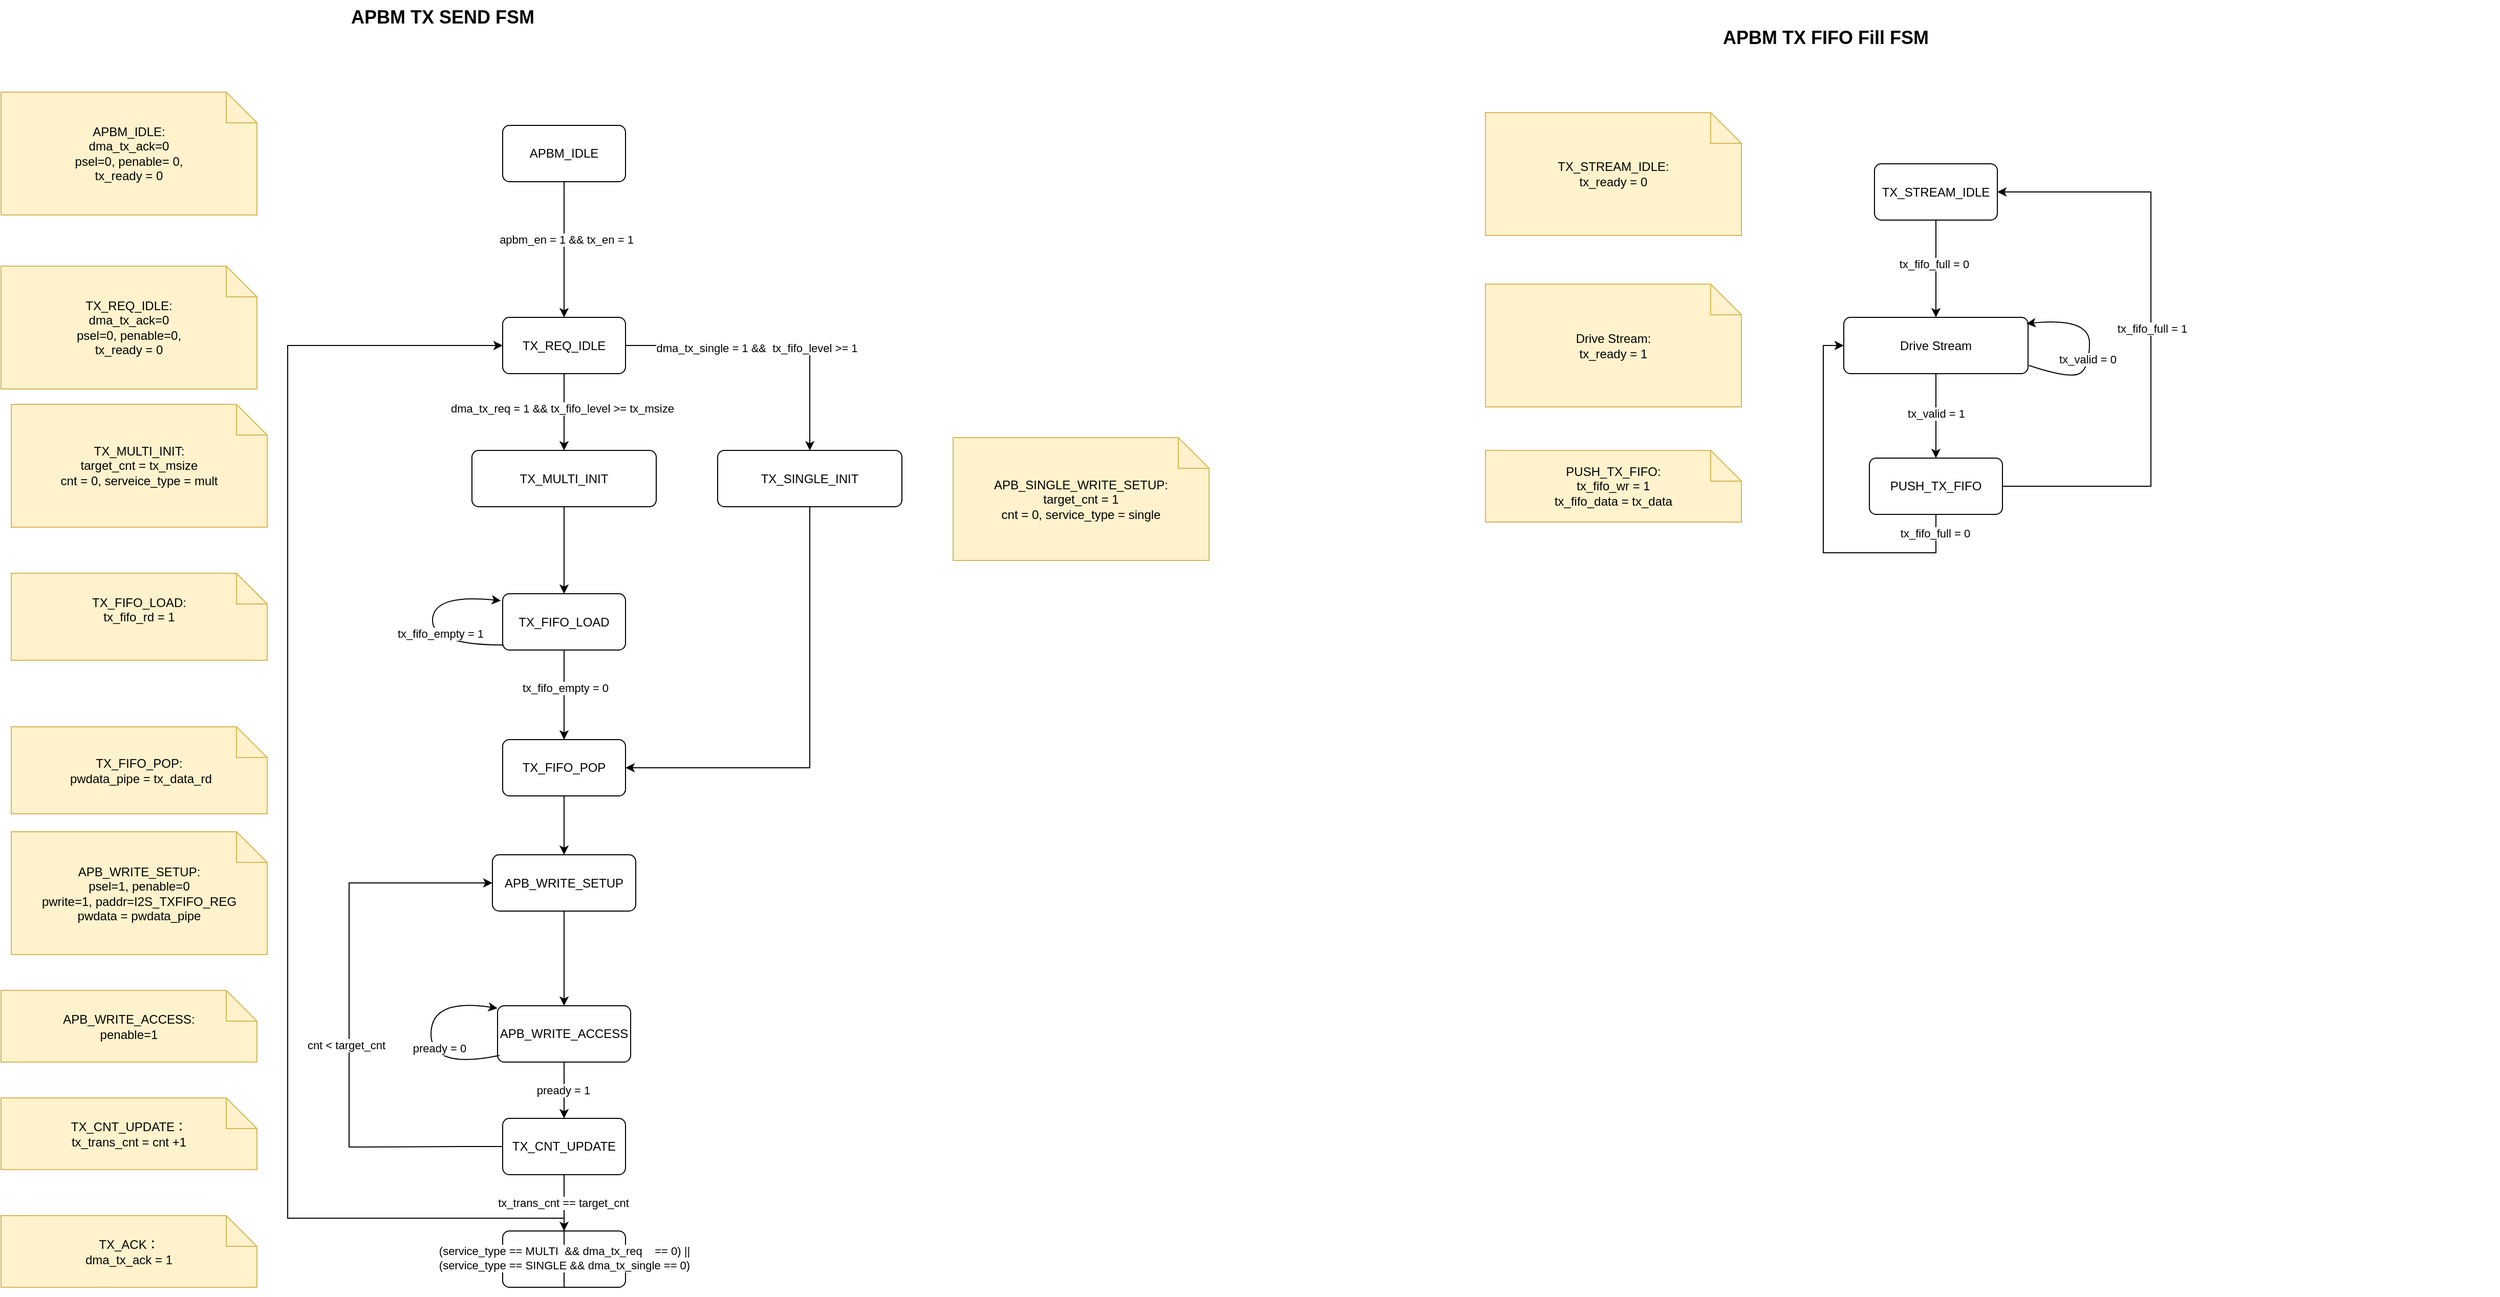
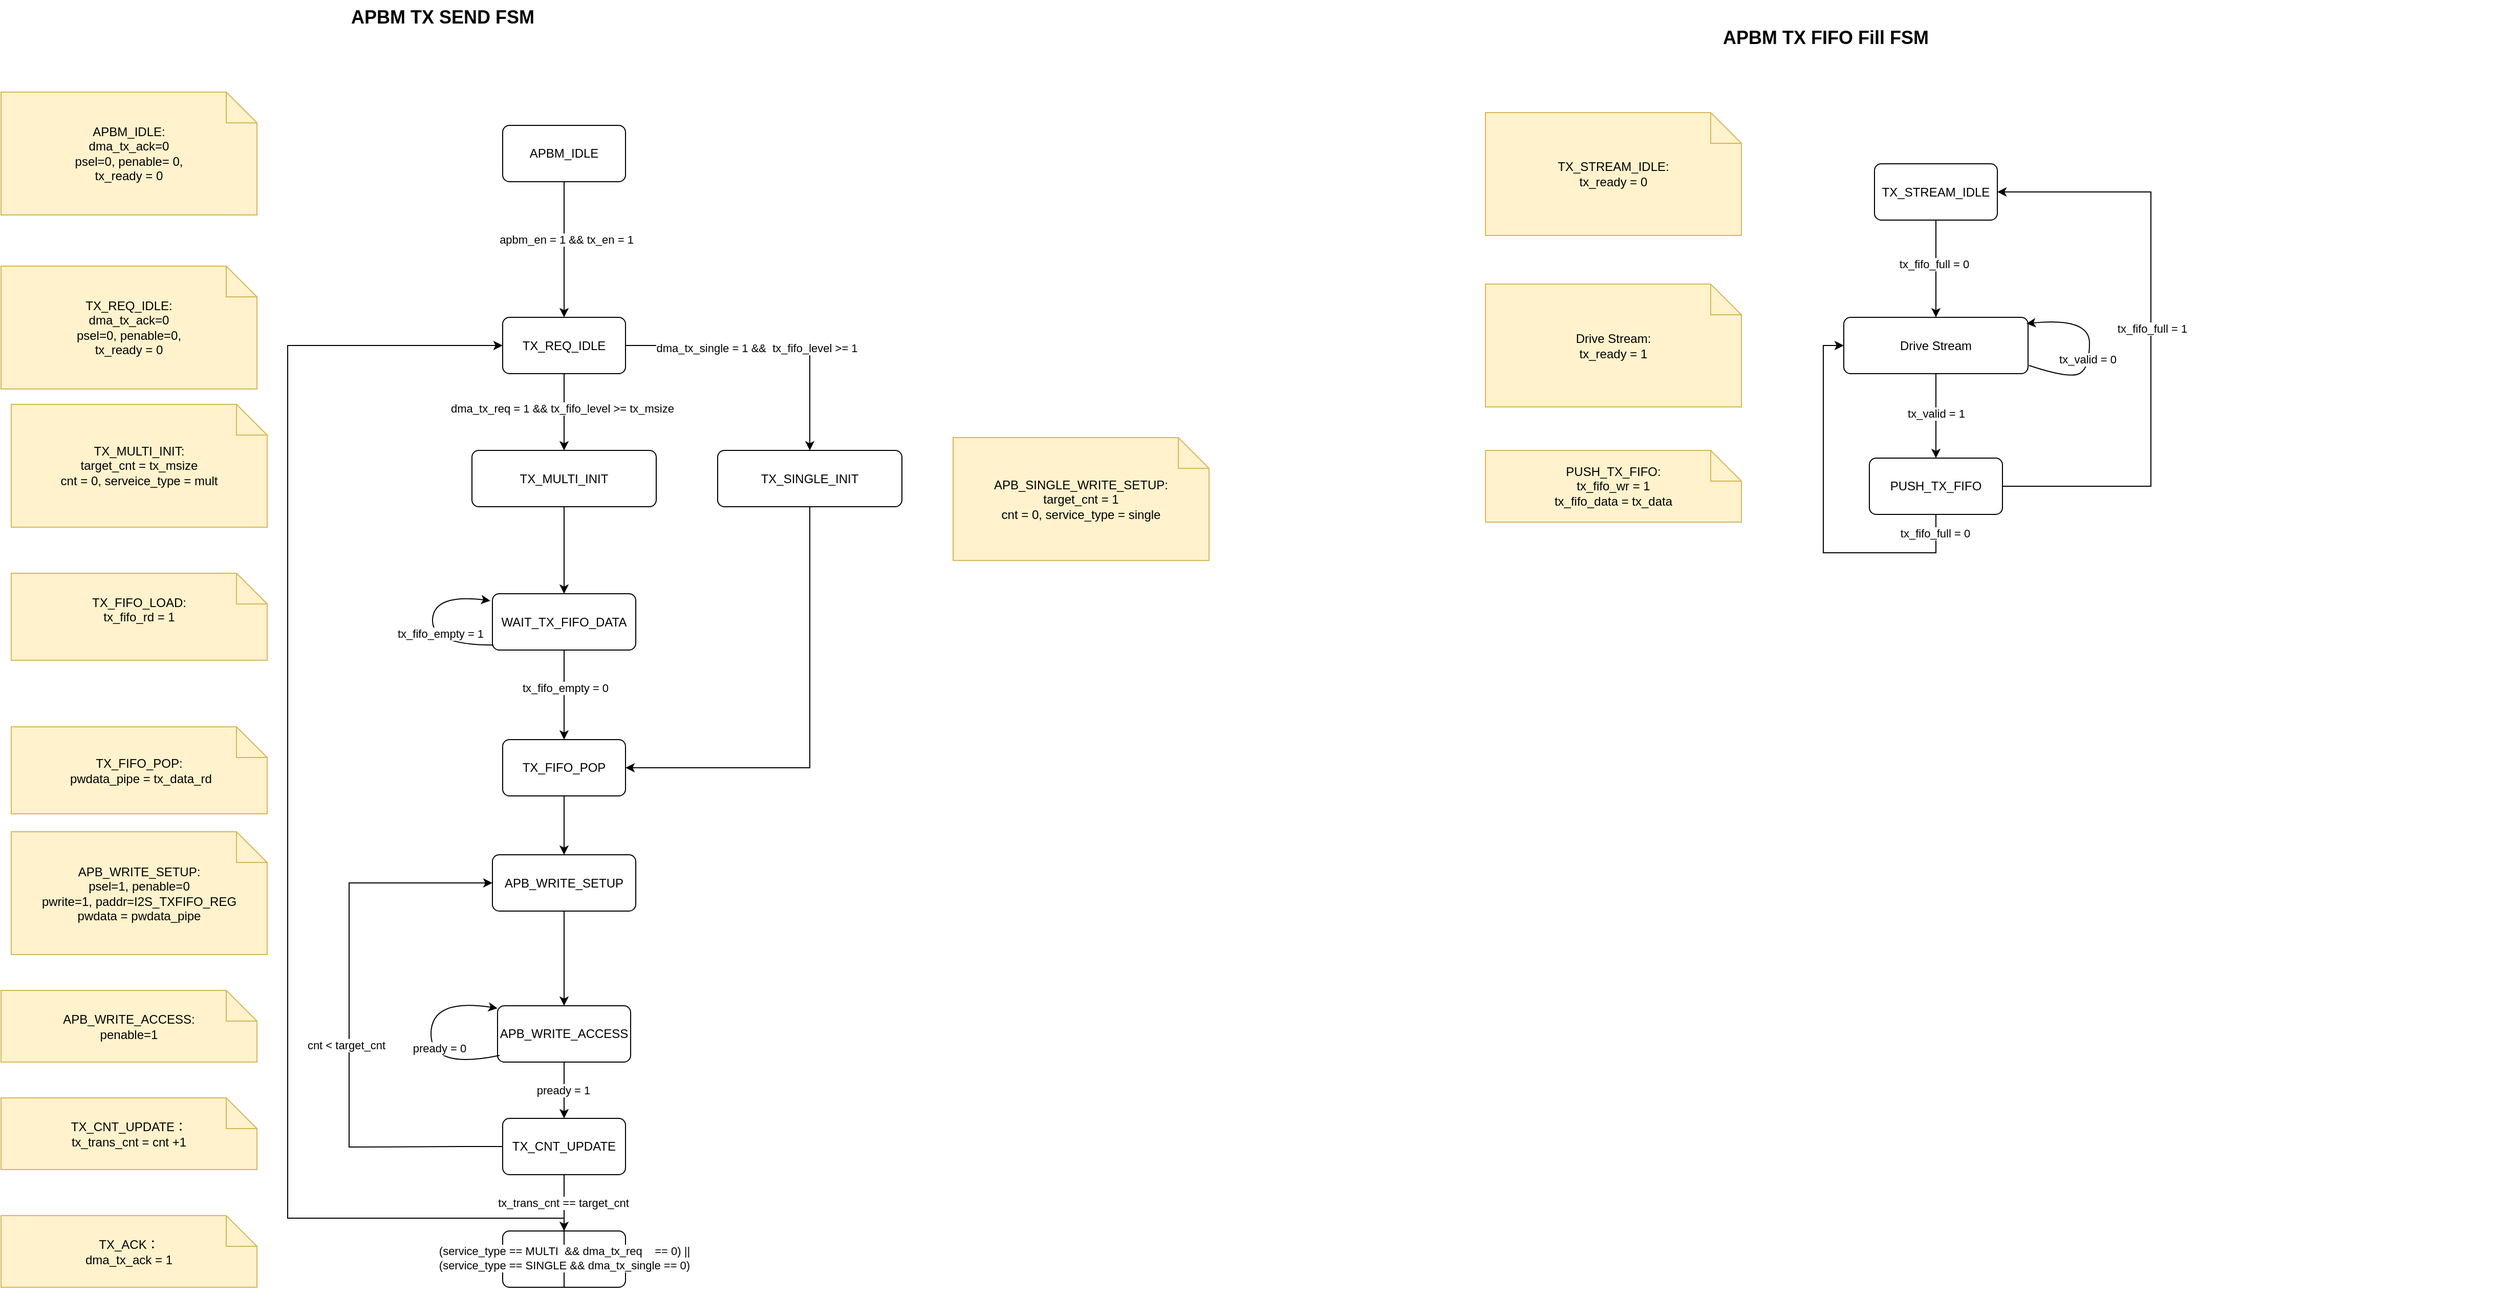
<mxfile host="app.diagrams.net">
  <diagram name="第 1 页" id="fH5n9Me7nUtPE_JYtTzi">
-     <mxGraphModel dx="645" dy="364" grid="1" gridSize="10" guides="1" tooltips="1" connect="1" arrows="1" fold="1" page="1" pageScale="1" pageWidth="827" pageHeight="1169" math="0" shadow="0">
+     <mxGraphModel dx="774" dy="437" grid="1" gridSize="10" guides="1" tooltips="1" connect="1" arrows="1" fold="1" page="1" pageScale="1" pageWidth="827" pageHeight="1169" math="0" shadow="0">
      <root>
        <mxCell id="0" />
        <mxCell id="1" parent="0" />
        <mxCell id="Ly1VW1kiYANL2SHkxWqd-1" parent="1" style="text;html=1;strokeColor=none;fillColor=none;fontSize=18;fontStyle=1;" value="APBM TX SEND FSM&amp;nbsp;&amp;nbsp;" vertex="1">
          <mxGeometry height="40" width="760" x="810" y="130" as="geometry" />
        </mxCell>
        <mxCell id="Ly1VW1kiYANL2SHkxWqd-2" parent="1" style="rounded=1;whiteSpace=wrap;html=1;arcSize=12;fillColor=#ffffff;strokeColor=#000000;" value="TX_REQ_IDLE" vertex="1">
          <mxGeometry height="55" width="120" x="960" y="440" as="geometry" />
        </mxCell>
        <mxCell id="Ly1VW1kiYANL2SHkxWqd-3" parent="1" style="rounded=1;whiteSpace=wrap;html=1;arcSize=12;fillColor=#ffffff;strokeColor=#000000;" value="APB_WRITE_SETUP" vertex="1">
          <mxGeometry height="55" width="140" x="950" y="965" as="geometry" />
        </mxCell>
        <mxCell id="Ly1VW1kiYANL2SHkxWqd-4" edge="1" parent="1" source="Ly1VW1kiYANL2SHkxWqd-2" style="endArrow=classic;html=1;rounded=0;exitX=0.5;exitY=1;exitDx=0;exitDy=0;entryX=0.5;entryY=0;entryDx=0;entryDy=0;" target="Ly1VW1kiYANL2SHkxWqd-40" value="">
          <mxGeometry height="50" relative="1" width="50" as="geometry">
            <mxPoint x="1040" y="560" as="sourcePoint" />
            <mxPoint x="1020" y="570" as="targetPoint" />
          </mxGeometry>
        </mxCell>
        <mxCell id="Ly1VW1kiYANL2SHkxWqd-5" connectable="0" parent="Ly1VW1kiYANL2SHkxWqd-4" style="edgeLabel;html=1;align=center;verticalAlign=middle;resizable=0;points=[];" value="dma_tx_req = 1 &amp;amp;&amp;amp; tx_fifo_level &amp;gt;= tx_msize" vertex="1">
          <mxGeometry relative="1" x="-0.0927" y="-2" as="geometry">
            <mxPoint as="offset" />
          </mxGeometry>
        </mxCell>
        <mxCell id="Ly1VW1kiYANL2SHkxWqd-6" parent="1" style="shape=note;whiteSpace=wrap;html=1;fillColor=#fff2cc;strokeColor=#d6b656;" value="APB_WRITE_SETUP:&lt;div&gt;psel=1, penable=0&lt;br&gt;pwrite=1, paddr=I2S_TXFIFO_REG&lt;/div&gt;&lt;div&gt;pwdata = pwdata_pipe&lt;/div&gt;" vertex="1">
          <mxGeometry height="120" width="250" x="480" y="942.5" as="geometry" />
        </mxCell>
        <mxCell id="Ly1VW1kiYANL2SHkxWqd-7" parent="1" style="rounded=1;whiteSpace=wrap;html=1;arcSize=12;fillColor=#ffffff;strokeColor=#000000;" value="APB_WRITE_ACCESS" vertex="1">
          <mxGeometry height="55" width="130" x="955" y="1112.5" as="geometry" />
        </mxCell>
        <mxCell id="Ly1VW1kiYANL2SHkxWqd-8" edge="1" parent="1" source="Ly1VW1kiYANL2SHkxWqd-3" style="endArrow=classic;html=1;rounded=0;exitX=0.5;exitY=1;exitDx=0;exitDy=0;entryX=0.5;entryY=0;entryDx=0;entryDy=0;" target="Ly1VW1kiYANL2SHkxWqd-7" value="">
          <mxGeometry height="50" relative="1" width="50" as="geometry">
            <mxPoint x="1030" y="1095" as="sourcePoint" />
            <mxPoint x="1080" y="1045" as="targetPoint" />
          </mxGeometry>
        </mxCell>
        <mxCell id="Ly1VW1kiYANL2SHkxWqd-9" parent="1" style="shape=note;whiteSpace=wrap;html=1;fillColor=#fff2cc;strokeColor=#d6b656;" value="APB_WRITE_ACCESS:&lt;br&gt;penable=1" vertex="1">
          <mxGeometry height="70" width="250" x="470" y="1097.5" as="geometry" />
        </mxCell>
        <mxCell id="Ly1VW1kiYANL2SHkxWqd-10" edge="1" parent="1" source="Ly1VW1kiYANL2SHkxWqd-7" style="curved=1;endArrow=classic;html=1;rounded=0;exitX=0.015;exitY=0.881;exitDx=0;exitDy=0;entryX=0;entryY=0;entryDx=0;entryDy=0;exitPerimeter=0;" value="">
          <mxGeometry height="50" relative="1" width="50" as="geometry">
            <Array as="points">
              <mxPoint x="890" y="1175" />
              <mxPoint x="890" y="1105" />
            </Array>
            <mxPoint x="955" y="1170" as="sourcePoint" />
            <mxPoint x="955" y="1115" as="targetPoint" />
          </mxGeometry>
        </mxCell>
        <mxCell id="Ly1VW1kiYANL2SHkxWqd-11" connectable="0" parent="Ly1VW1kiYANL2SHkxWqd-10" style="edgeLabel;html=1;align=center;verticalAlign=middle;resizable=0;points=[];" value="pready = 0" vertex="1">
          <mxGeometry relative="1" x="-0.1215" y="-8" as="geometry">
            <mxPoint as="offset" />
          </mxGeometry>
        </mxCell>
        <mxCell id="Ly1VW1kiYANL2SHkxWqd-13" edge="1" parent="1" source="Ly1VW1kiYANL2SHkxWqd-7" style="endArrow=classic;html=1;rounded=0;exitX=0.5;exitY=1;exitDx=0;exitDy=0;entryX=0.5;entryY=0;entryDx=0;entryDy=0;" target="Ly1VW1kiYANL2SHkxWqd-47" value="">
          <mxGeometry height="50" relative="1" width="50" as="geometry">
            <mxPoint x="1010" y="1245" as="sourcePoint" />
            <mxPoint x="1020" y="1212.5" as="targetPoint" />
          </mxGeometry>
        </mxCell>
        <mxCell id="Ly1VW1kiYANL2SHkxWqd-14" connectable="0" parent="Ly1VW1kiYANL2SHkxWqd-13" style="edgeLabel;html=1;align=center;verticalAlign=middle;resizable=0;points=[];" value="pready = 1" vertex="1">
          <mxGeometry relative="1" x="0.0089" y="-1" as="geometry">
            <mxPoint as="offset" />
          </mxGeometry>
        </mxCell>
        <mxCell id="Ly1VW1kiYANL2SHkxWqd-16" parent="1" style="rounded=1;whiteSpace=wrap;html=1;arcSize=12;fillColor=#ffffff;strokeColor=#000000;" value="TX_ACK" vertex="1">
          <mxGeometry height="55" width="120" x="960" y="1332.5" as="geometry" />
        </mxCell>
        <mxCell id="Ly1VW1kiYANL2SHkxWqd-17" edge="1" parent="1" source="Ly1VW1kiYANL2SHkxWqd-47" style="endArrow=classic;html=1;rounded=0;exitX=0.5;exitY=1;exitDx=0;exitDy=0;entryX=0.5;entryY=0;entryDx=0;entryDy=0;" target="Ly1VW1kiYANL2SHkxWqd-16" value="">
          <mxGeometry height="50" relative="1" width="50" as="geometry">
            <mxPoint x="1150.3600000000001" y="1167.5" as="sourcePoint" />
            <mxPoint x="1150" y="1202.5" as="targetPoint" />
          </mxGeometry>
        </mxCell>
        <mxCell id="Ly1VW1kiYANL2SHkxWqd-18" connectable="0" parent="Ly1VW1kiYANL2SHkxWqd-17" style="edgeLabel;html=1;align=center;verticalAlign=middle;resizable=0;points=[];" value="tx_trans_cnt == target_cnt" vertex="1">
          <mxGeometry relative="1" x="0.0089" y="-1" as="geometry">
            <mxPoint as="offset" />
          </mxGeometry>
        </mxCell>
        <mxCell id="Ly1VW1kiYANL2SHkxWqd-19" parent="1" style="shape=note;whiteSpace=wrap;html=1;fillColor=#fff2cc;strokeColor=#d6b656;" value="TX_ACK：&lt;div&gt;dma_tx_ack = 1&lt;/div&gt;" vertex="1">
          <mxGeometry height="70" width="250" x="470" y="1317.5" as="geometry" />
        </mxCell>
        <mxCell id="Ly1VW1kiYANL2SHkxWqd-20" parent="1" style="shape=note;whiteSpace=wrap;html=1;fillColor=#fff2cc;strokeColor=#d6b656;" value="TX_REQ_IDLE:&lt;div&gt;dma_tx_ack=0&lt;/div&gt;&lt;div&gt;psel=0, penable=0,&lt;br&gt;&lt;/div&gt;&lt;div&gt;tx_ready = 0&lt;br&gt;&lt;/div&gt;" vertex="1">
          <mxGeometry height="120" width="250" x="470" y="390" as="geometry" />
        </mxCell>
        <mxCell id="Ly1VW1kiYANL2SHkxWqd-21" edge="1" parent="1" source="Ly1VW1kiYANL2SHkxWqd-16" style="endArrow=classic;html=1;rounded=0;exitX=0.5;exitY=1;exitDx=0;exitDy=0;edgeStyle=orthogonalEdgeStyle;entryX=0;entryY=0.5;entryDx=0;entryDy=0;" target="Ly1VW1kiYANL2SHkxWqd-2" value="">
          <mxGeometry height="50" relative="1" width="50" as="geometry">
            <Array as="points">
              <mxPoint x="1020" y="1320" />
              <mxPoint x="750" y="1320" />
              <mxPoint x="750" y="468" />
            </Array>
            <mxPoint x="909.95" y="1052.5" as="sourcePoint" />
            <mxPoint x="850" y="465" as="targetPoint" />
          </mxGeometry>
        </mxCell>
        <mxCell id="Ly1VW1kiYANL2SHkxWqd-22" connectable="0" parent="Ly1VW1kiYANL2SHkxWqd-21" style="edgeLabel;html=1;align=center;verticalAlign=middle;resizable=0;points=[];" value="&lt;div&gt;(service_type == MULTI&amp;nbsp; &amp;amp;&amp;amp; dma_tx_req&amp;nbsp; &amp;nbsp; == 0) ||&lt;/div&gt;&lt;div&gt;(service_type == SINGLE &amp;amp;&amp;amp; dma_tx_single == 0)&lt;/div&gt;" vertex="1">
          <mxGeometry relative="1" x="-0.9589" as="geometry">
            <mxPoint as="offset" />
          </mxGeometry>
        </mxCell>
        <mxCell id="Ly1VW1kiYANL2SHkxWqd-23" edge="1" parent="1" source="Ly1VW1kiYANL2SHkxWqd-2" style="endArrow=classic;html=1;rounded=0;exitX=1;exitY=0.5;exitDx=0;exitDy=0;edgeStyle=orthogonalEdgeStyle;entryX=0.5;entryY=0;entryDx=0;entryDy=0;" target="Ly1VW1kiYANL2SHkxWqd-25" value="">
          <mxGeometry height="50" relative="1" width="50" as="geometry">
            <mxPoint x="1250" y="540" as="sourcePoint" />
            <mxPoint x="1260" y="560" as="targetPoint" />
          </mxGeometry>
        </mxCell>
        <mxCell id="Ly1VW1kiYANL2SHkxWqd-24" connectable="0" parent="Ly1VW1kiYANL2SHkxWqd-23" style="edgeLabel;html=1;align=center;verticalAlign=middle;resizable=0;points=[];" value="dma_tx_single = 1 &amp;amp;&amp;amp;&amp;nbsp; tx_fifo_level &amp;gt;= 1" vertex="1">
          <mxGeometry relative="1" x="-0.0927" y="-2" as="geometry">
            <mxPoint as="offset" />
          </mxGeometry>
        </mxCell>
        <mxCell id="Ly1VW1kiYANL2SHkxWqd-25" parent="1" style="rounded=1;whiteSpace=wrap;html=1;arcSize=12;fillColor=#ffffff;strokeColor=#000000;" value="TX_SINGLE_INIT" vertex="1">
          <mxGeometry height="55" width="180" x="1170" y="570" as="geometry" />
        </mxCell>
        <mxCell id="Ly1VW1kiYANL2SHkxWqd-26" parent="1" style="shape=note;whiteSpace=wrap;html=1;fillColor=#fff2cc;strokeColor=#d6b656;" value="APB_SINGLE_WRITE_SETUP:&lt;div&gt;target_cnt = 1&lt;br&gt;cnt = 0, service_type = single&lt;/div&gt;" vertex="1">
          <mxGeometry height="120" width="250" x="1400" y="557.5" as="geometry" />
        </mxCell>
        <mxCell id="Ly1VW1kiYANL2SHkxWqd-27" edge="1" parent="1" source="Ly1VW1kiYANL2SHkxWqd-25" style="endArrow=classic;html=1;rounded=0;exitX=0.5;exitY=1;exitDx=0;exitDy=0;edgeStyle=orthogonalEdgeStyle;entryX=1;entryY=0.5;entryDx=0;entryDy=0;" target="Ly1VW1kiYANL2SHkxWqd-28" value="">
          <mxGeometry height="50" relative="1" width="50" as="geometry">
            <mxPoint x="1230" y="950" as="sourcePoint" />
            <mxPoint x="1090" y="705" as="targetPoint" />
          </mxGeometry>
        </mxCell>
        <mxCell id="Ly1VW1kiYANL2SHkxWqd-28" parent="1" style="rounded=1;whiteSpace=wrap;html=1;arcSize=12;fillColor=#ffffff;strokeColor=#000000;" value="TX_FIFO_POP" vertex="1">
          <mxGeometry height="55" width="120" x="960" y="852.5" as="geometry" />
        </mxCell>
        <mxCell id="Ly1VW1kiYANL2SHkxWqd-29" edge="1" parent="1" source="Ly1VW1kiYANL2SHkxWqd-40" style="endArrow=classic;html=1;rounded=0;exitX=0.5;exitY=1;exitDx=0;exitDy=0;entryX=0.5;entryY=0;entryDx=0;entryDy=0;" target="Ly1VW1kiYANL2SHkxWqd-66" value="">
          <mxGeometry height="50" relative="1" width="50" as="geometry">
            <Array as="points">
              <mxPoint x="1020" y="650" />
            </Array>
            <mxPoint x="1010" y="630" as="sourcePoint" />
            <mxPoint x="1020" y="680" as="targetPoint" />
          </mxGeometry>
        </mxCell>
        <mxCell id="Ly1VW1kiYANL2SHkxWqd-33" parent="1" style="shape=note;whiteSpace=wrap;html=1;fillColor=#fff2cc;strokeColor=#d6b656;" value="TX_FIFO_POP:&lt;div&gt;&lt;div&gt;&amp;nbsp;pwdata_pipe = tx_data_rd&lt;/div&gt;&lt;/div&gt;" vertex="1">
          <mxGeometry height="85" width="250" x="480" y="840" as="geometry" />
        </mxCell>
        <mxCell id="Ly1VW1kiYANL2SHkxWqd-34" parent="1" style="rounded=1;whiteSpace=wrap;html=1;arcSize=12;fillColor=#ffffff;strokeColor=#000000;" value="APBM_IDLE" vertex="1">
          <mxGeometry height="55" width="120" x="960" y="252.5" as="geometry" />
        </mxCell>
        <mxCell id="Ly1VW1kiYANL2SHkxWqd-35" edge="1" parent="1" source="Ly1VW1kiYANL2SHkxWqd-34" style="endArrow=classic;html=1;rounded=0;exitX=0.5;exitY=1;exitDx=0;exitDy=0;" target="Ly1VW1kiYANL2SHkxWqd-2" value="">
          <mxGeometry height="50" relative="1" width="50" as="geometry">
            <mxPoint x="1060" y="360" as="sourcePoint" />
            <mxPoint x="1110" y="310" as="targetPoint" />
          </mxGeometry>
        </mxCell>
        <mxCell id="Ly1VW1kiYANL2SHkxWqd-36" connectable="0" parent="Ly1VW1kiYANL2SHkxWqd-35" style="edgeLabel;html=1;align=center;verticalAlign=middle;resizable=0;points=[];" value="apbm_en = 1 &amp;amp;&amp;amp; tx_en = 1" vertex="1">
          <mxGeometry relative="1" x="-0.1446" y="2" as="geometry">
            <mxPoint as="offset" />
          </mxGeometry>
        </mxCell>
        <mxCell id="Ly1VW1kiYANL2SHkxWqd-37" parent="1" style="shape=note;whiteSpace=wrap;html=1;fillColor=#fff2cc;strokeColor=#d6b656;" value="APBM_IDLE:&lt;div&gt;dma_tx_ack=0&lt;/div&gt;&lt;div&gt;psel=0, penable= 0,&lt;br&gt;&lt;/div&gt;&lt;div&gt;tx_ready = 0&lt;/div&gt;" vertex="1">
          <mxGeometry height="120" width="250" x="470" y="220" as="geometry" />
        </mxCell>
        <mxCell id="Ly1VW1kiYANL2SHkxWqd-38" edge="1" parent="1" source="Ly1VW1kiYANL2SHkxWqd-47" style="endArrow=classic;html=1;rounded=0;edgeStyle=orthogonalEdgeStyle;entryX=0;entryY=0.5;entryDx=0;entryDy=0;exitX=0;exitY=0.5;exitDx=0;exitDy=0;" target="Ly1VW1kiYANL2SHkxWqd-3" value="">
          <mxGeometry height="50" relative="1" width="50" as="geometry">
            <Array as="points">
              <mxPoint x="920" y="1249.5" />
              <mxPoint x="810" y="1250.5" />
              <mxPoint x="810" y="992.5" />
            </Array>
            <mxPoint x="920" y="1212.5" as="sourcePoint" />
            <mxPoint x="800" y="872.5" as="targetPoint" />
          </mxGeometry>
        </mxCell>
        <mxCell id="Ly1VW1kiYANL2SHkxWqd-39" connectable="0" parent="Ly1VW1kiYANL2SHkxWqd-38" style="edgeLabel;html=1;align=center;verticalAlign=middle;resizable=0;points=[];" value="cnt &amp;lt; target_cnt" vertex="1">
          <mxGeometry relative="1" x="-0.0902" y="3" as="geometry">
            <mxPoint as="offset" />
          </mxGeometry>
        </mxCell>
        <mxCell id="Ly1VW1kiYANL2SHkxWqd-40" parent="1" style="rounded=1;whiteSpace=wrap;html=1;arcSize=12;fillColor=#ffffff;strokeColor=#000000;" value="TX_MULTI_INIT" vertex="1">
          <mxGeometry height="55" width="180" x="930" y="570" as="geometry" />
        </mxCell>
        <mxCell id="Ly1VW1kiYANL2SHkxWqd-42" parent="1" style="shape=note;whiteSpace=wrap;html=1;fillColor=#fff2cc;strokeColor=#d6b656;" value="TX_MULTI_INIT:&lt;div&gt;target_cnt = tx_msize&lt;br&gt;cnt = 0, serveice_type = mult&lt;/div&gt;" vertex="1">
          <mxGeometry height="120" width="250" x="480" y="525" as="geometry" />
        </mxCell>
        <mxCell id="Ly1VW1kiYANL2SHkxWqd-45" edge="1" parent="1" source="Ly1VW1kiYANL2SHkxWqd-28" style="endArrow=classic;html=1;rounded=0;exitX=0.5;exitY=1;exitDx=0;exitDy=0;" target="Ly1VW1kiYANL2SHkxWqd-3" value="">
          <mxGeometry height="50" relative="1" width="50" as="geometry">
            <mxPoint x="1019.5699999999999" y="907.5" as="sourcePoint" />
            <mxPoint x="1019.5699999999999" y="964.5" as="targetPoint" />
          </mxGeometry>
        </mxCell>
        <mxCell id="Ly1VW1kiYANL2SHkxWqd-47" parent="1" style="rounded=1;whiteSpace=wrap;html=1;arcSize=12;fillColor=#ffffff;strokeColor=#000000;" value="TX_CNT_UPDATE" vertex="1">
          <mxGeometry height="55" width="120" x="960" y="1222.5" as="geometry" />
        </mxCell>
        <mxCell id="Ly1VW1kiYANL2SHkxWqd-48" parent="1" style="shape=note;whiteSpace=wrap;html=1;fillColor=#fff2cc;strokeColor=#d6b656;" value="TX_CNT_UPDATE：&lt;div&gt;tx_trans_cnt = cnt +1&lt;/div&gt;" vertex="1">
          <mxGeometry height="70" width="250" x="470" y="1202.5" as="geometry" />
        </mxCell>
        <mxCell id="Ly1VW1kiYANL2SHkxWqd-49" parent="1" style="text;html=1;strokeColor=none;fillColor=none;fontSize=18;fontStyle=1;" value="APBM TX FIFO Fill FSM&amp;nbsp;&amp;nbsp;" vertex="1">
          <mxGeometry height="40" width="760" x="2150" y="150" as="geometry" />
        </mxCell>
        <mxCell id="Ly1VW1kiYANL2SHkxWqd-50" parent="1" style="rounded=1;whiteSpace=wrap;html=1;arcSize=12;fillColor=#ffffff;strokeColor=#000000;" value="TX_STREAM_IDLE" vertex="1">
          <mxGeometry height="55" width="120" x="2300" y="290" as="geometry" />
        </mxCell>
        <mxCell id="Ly1VW1kiYANL2SHkxWqd-51" parent="1" style="rounded=1;whiteSpace=wrap;html=1;arcSize=12;fillColor=#ffffff;strokeColor=#000000;" value="Drive Stream" vertex="1">
          <mxGeometry height="55" width="180" x="2270" y="440" as="geometry" />
        </mxCell>
        <mxCell id="Ly1VW1kiYANL2SHkxWqd-52" edge="1" parent="1" source="Ly1VW1kiYANL2SHkxWqd-50" style="endArrow=classic;html=1;rounded=0;exitX=0.5;exitY=1;exitDx=0;exitDy=0;entryX=0.5;entryY=0;entryDx=0;entryDy=0;" target="Ly1VW1kiYANL2SHkxWqd-51" value="">
          <mxGeometry height="50" relative="1" width="50" as="geometry">
            <mxPoint x="2380" y="410" as="sourcePoint" />
            <mxPoint x="2430" y="360" as="targetPoint" />
          </mxGeometry>
        </mxCell>
        <mxCell id="Ly1VW1kiYANL2SHkxWqd-53" connectable="0" parent="Ly1VW1kiYANL2SHkxWqd-52" style="edgeLabel;html=1;align=center;verticalAlign=middle;resizable=0;points=[];" value="tx_fifo_full = 0" vertex="1">
          <mxGeometry relative="1" x="-0.0927" y="-2" as="geometry">
            <mxPoint as="offset" />
          </mxGeometry>
        </mxCell>
        <mxCell id="Ly1VW1kiYANL2SHkxWqd-54" parent="1" style="shape=note;whiteSpace=wrap;html=1;fillColor=#fff2cc;strokeColor=#d6b656;" value="Drive Stream:&lt;div&gt;tx_ready = 1&lt;/div&gt;" vertex="1">
          <mxGeometry height="120" width="250" x="1920" y="407.5" as="geometry" />
        </mxCell>
        <mxCell id="Ly1VW1kiYANL2SHkxWqd-55" parent="1" style="rounded=1;whiteSpace=wrap;html=1;arcSize=12;fillColor=#ffffff;strokeColor=#000000;" value="PUSH_TX_FIFO" vertex="1">
          <mxGeometry height="55" width="130" x="2295" y="577.5" as="geometry" />
        </mxCell>
        <mxCell id="Ly1VW1kiYANL2SHkxWqd-56" edge="1" parent="1" source="Ly1VW1kiYANL2SHkxWqd-51" style="endArrow=classic;html=1;rounded=0;exitX=0.5;exitY=1;exitDx=0;exitDy=0;entryX=0.5;entryY=0;entryDx=0;entryDy=0;" target="Ly1VW1kiYANL2SHkxWqd-55" value="">
          <mxGeometry height="50" relative="1" width="50" as="geometry">
            <mxPoint x="2370" y="560" as="sourcePoint" />
            <mxPoint x="2420" y="510" as="targetPoint" />
          </mxGeometry>
        </mxCell>
        <mxCell id="Ly1VW1kiYANL2SHkxWqd-57" connectable="0" parent="Ly1VW1kiYANL2SHkxWqd-56" style="edgeLabel;html=1;align=center;verticalAlign=middle;resizable=0;points=[];" value="tx_valid = 1" vertex="1">
          <mxGeometry relative="1" x="-0.0537" as="geometry">
            <mxPoint as="offset" />
          </mxGeometry>
        </mxCell>
        <mxCell id="Ly1VW1kiYANL2SHkxWqd-58" parent="1" style="shape=note;whiteSpace=wrap;html=1;fillColor=#fff2cc;strokeColor=#d6b656;" value="PUSH_TX_FIFO:&lt;div&gt;tx_fifo_wr = 1&lt;/div&gt;&lt;div&gt;tx_fifo_data = tx_data&lt;/div&gt;" vertex="1">
          <mxGeometry height="70" width="250" x="1920" y="570" as="geometry" />
        </mxCell>
        <mxCell id="Ly1VW1kiYANL2SHkxWqd-59" parent="1" style="shape=note;whiteSpace=wrap;html=1;fillColor=#fff2cc;strokeColor=#d6b656;" value="TX_STREAM_IDLE:&lt;div&gt;tx_ready = 0&lt;/div&gt;" vertex="1">
          <mxGeometry height="120" width="250" x="1920" y="240" as="geometry" />
        </mxCell>
        <mxCell id="Ly1VW1kiYANL2SHkxWqd-60" edge="1" parent="1" source="Ly1VW1kiYANL2SHkxWqd-55" style="endArrow=classic;html=1;rounded=0;exitX=0.5;exitY=1;exitDx=0;exitDy=0;entryX=0;entryY=0.5;entryDx=0;entryDy=0;edgeStyle=orthogonalEdgeStyle;" target="Ly1VW1kiYANL2SHkxWqd-51" value="">
          <mxGeometry height="50" relative="1" width="50" as="geometry">
            <Array as="points">
              <mxPoint x="2360" y="670" />
              <mxPoint x="2250" y="670" />
              <mxPoint x="2250" y="468" />
            </Array>
            <mxPoint x="2550" y="570" as="sourcePoint" />
            <mxPoint x="2600" y="520" as="targetPoint" />
          </mxGeometry>
        </mxCell>
        <mxCell id="Ly1VW1kiYANL2SHkxWqd-61" connectable="0" parent="Ly1VW1kiYANL2SHkxWqd-60" style="edgeLabel;html=1;align=center;verticalAlign=middle;resizable=0;points=[];" value="tx_fifo_full = 0" vertex="1">
          <mxGeometry relative="1" x="-0.9016" y="-1" as="geometry">
            <mxPoint as="offset" />
          </mxGeometry>
        </mxCell>
        <mxCell id="Ly1VW1kiYANL2SHkxWqd-62" edge="1" parent="1" source="Ly1VW1kiYANL2SHkxWqd-55" style="endArrow=classic;html=1;rounded=0;exitX=1;exitY=0.5;exitDx=0;exitDy=0;entryX=1;entryY=0.5;entryDx=0;entryDy=0;edgeStyle=orthogonalEdgeStyle;" target="Ly1VW1kiYANL2SHkxWqd-50" value="">
          <mxGeometry height="50" relative="1" width="50" as="geometry">
            <Array as="points">
              <mxPoint x="2570" y="605" />
              <mxPoint x="2570" y="318" />
            </Array>
            <mxPoint x="2510" y="600" as="sourcePoint" />
            <mxPoint x="2560" y="550" as="targetPoint" />
          </mxGeometry>
        </mxCell>
        <mxCell id="Ly1VW1kiYANL2SHkxWqd-63" connectable="0" parent="Ly1VW1kiYANL2SHkxWqd-62" style="edgeLabel;html=1;align=center;verticalAlign=middle;resizable=0;points=[];" value="tx_fifo_full = 1" vertex="1">
          <mxGeometry relative="1" x="0.0267" y="-1" as="geometry">
            <mxPoint as="offset" />
          </mxGeometry>
        </mxCell>
        <mxCell id="Ly1VW1kiYANL2SHkxWqd-64" edge="1" parent="1" source="Ly1VW1kiYANL2SHkxWqd-51" style="curved=1;endArrow=classic;html=1;rounded=0;entryX=0.991;entryY=0.112;entryDx=0;entryDy=0;exitX=1.005;exitY=0.854;exitDx=0;exitDy=0;exitPerimeter=0;entryPerimeter=0;" target="Ly1VW1kiYANL2SHkxWqd-51" value="">
          <mxGeometry height="50" relative="1" width="50" as="geometry">
            <Array as="points">
              <mxPoint x="2490" y="500" />
              <mxPoint x="2510" y="490" />
              <mxPoint x="2510" y="440" />
            </Array>
            <mxPoint x="2460" y="560" as="sourcePoint" />
            <mxPoint x="2510" y="510" as="targetPoint" />
          </mxGeometry>
        </mxCell>
        <mxCell id="Ly1VW1kiYANL2SHkxWqd-65" connectable="0" parent="Ly1VW1kiYANL2SHkxWqd-64" style="edgeLabel;html=1;align=center;verticalAlign=middle;resizable=0;points=[];" value="tx_valid = 0" vertex="1">
          <mxGeometry relative="1" x="-0.1698" y="2" as="geometry">
            <mxPoint as="offset" />
          </mxGeometry>
        </mxCell>
-         <mxCell id="Ly1VW1kiYANL2SHkxWqd-66" parent="1" style="rounded=1;whiteSpace=wrap;html=1;arcSize=12;fillColor=#ffffff;strokeColor=#000000;" value="TX_FIFO_LOAD" vertex="1">
-           <mxGeometry height="55" width="120" x="960" y="710" as="geometry" />
+         <mxCell id="Ly1VW1kiYANL2SHkxWqd-66" parent="1" style="rounded=1;whiteSpace=wrap;html=1;arcSize=12;fillColor=#ffffff;strokeColor=#000000;" value="WAIT_TX_FIFO_DATA" vertex="1">
+           <mxGeometry height="55" width="140" x="950" y="710" as="geometry" />
        </mxCell>
        <mxCell id="Ly1VW1kiYANL2SHkxWqd-68" edge="1" parent="1" source="Ly1VW1kiYANL2SHkxWqd-66" style="endArrow=classic;html=1;rounded=0;exitX=0.5;exitY=1;exitDx=0;exitDy=0;" target="Ly1VW1kiYANL2SHkxWqd-28" value="">
          <mxGeometry height="50" relative="1" width="50" as="geometry">
            <mxPoint x="1070" y="820" as="sourcePoint" />
            <mxPoint x="1120" y="770" as="targetPoint" />
          </mxGeometry>
        </mxCell>
        <mxCell id="Ly1VW1kiYANL2SHkxWqd-72" connectable="0" parent="Ly1VW1kiYANL2SHkxWqd-68" style="edgeLabel;html=1;align=center;verticalAlign=middle;resizable=0;points=[];" value="tx_fifo_empty = 0" vertex="1">
          <mxGeometry relative="1" x="-0.1581" y="1" as="geometry">
            <mxPoint as="offset" />
          </mxGeometry>
        </mxCell>
        <mxCell id="Ly1VW1kiYANL2SHkxWqd-69" parent="1" style="shape=note;whiteSpace=wrap;html=1;fillColor=#fff2cc;strokeColor=#d6b656;" value="TX_FIFO_LOAD:&lt;div&gt;tx_fifo_rd = 1&lt;br&gt;&lt;div&gt;&lt;br&gt;&lt;/div&gt;&lt;/div&gt;" vertex="1">
          <mxGeometry height="85" width="250" x="480" y="690" as="geometry" />
        </mxCell>
        <mxCell id="Ly1VW1kiYANL2SHkxWqd-70" edge="1" parent="1" source="Ly1VW1kiYANL2SHkxWqd-66" style="curved=1;endArrow=classic;html=1;rounded=0;exitX=0.006;exitY=0.911;exitDx=0;exitDy=0;entryX=-0.014;entryY=0.124;entryDx=0;entryDy=0;exitPerimeter=0;entryPerimeter=0;" target="Ly1VW1kiYANL2SHkxWqd-66" value="">
          <mxGeometry height="50" relative="1" width="50" as="geometry">
            <Array as="points">
              <mxPoint x="890" y="760" />
              <mxPoint x="893" y="710" />
            </Array>
            <mxPoint x="960" y="766" as="sourcePoint" />
            <mxPoint x="958" y="720" as="targetPoint" />
          </mxGeometry>
        </mxCell>
        <mxCell id="Ly1VW1kiYANL2SHkxWqd-71" connectable="0" parent="Ly1VW1kiYANL2SHkxWqd-70" style="edgeLabel;html=1;align=center;verticalAlign=middle;resizable=0;points=[];" value="tx_fifo_empty = 1" vertex="1">
          <mxGeometry relative="1" x="-0.1215" y="-8" as="geometry">
            <mxPoint as="offset" />
          </mxGeometry>
        </mxCell>
      </root>
    </mxGraphModel>
  </diagram>
</mxfile>
